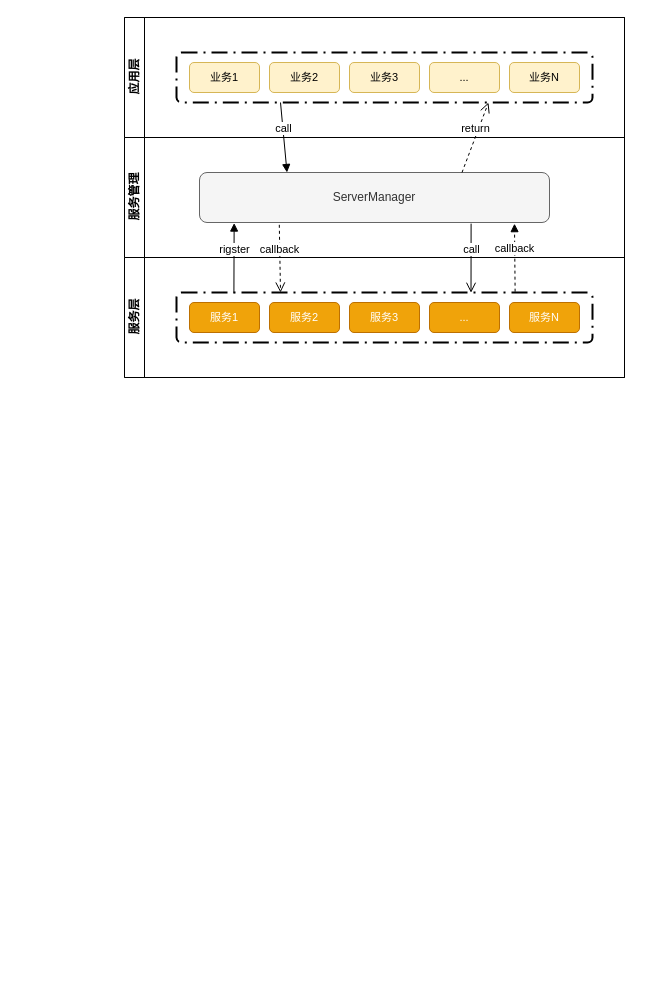
Above: notes/design/WebView.drawio in yyht800/SiGuoYa (draw.io), before the change. Source tidied: cells renumbered, new cells numbered last; positions are measured from the earlier drawing's top-left corner, leaving out a move shared by most shapes. Both pictures are drawn from the tidied source at 100%, with x=0, y=0 at pixel (124, 17).
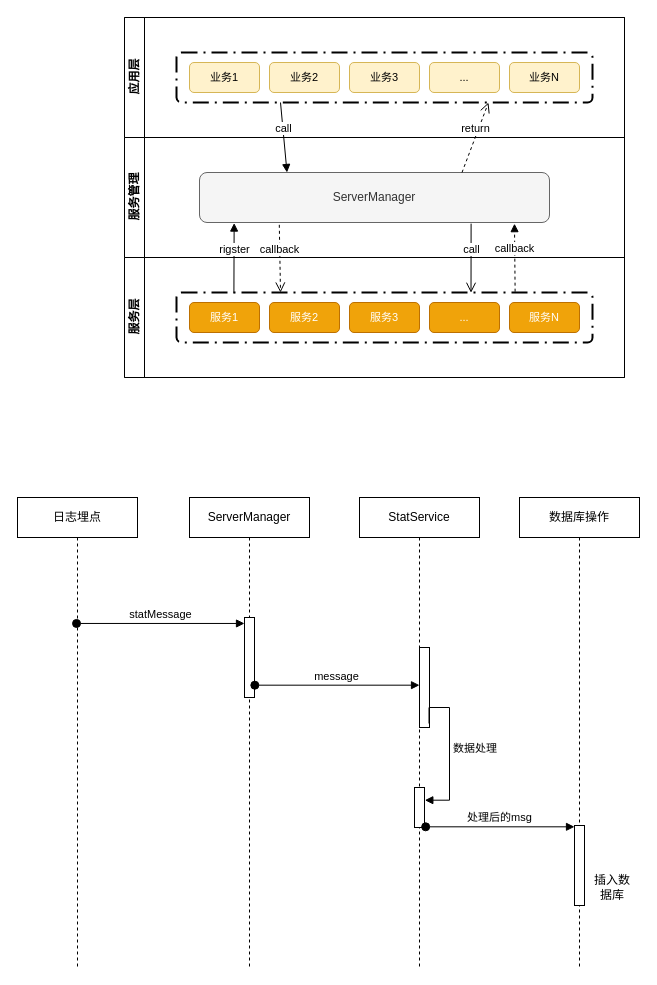
The same diagram, later.

What changed in the source:
```diff
@@
+    <mxCell id="25" value="日志埋点" style="shape=umlLifeline;perimeter=lifelinePerimeter;whiteSpace=wrap;html=1;outlineConnect=0;rounded=0;sketch=0;" parent="1" vertex="1">
+      <mxGeometry x="-107" y="480" width="120" height="470" as="geometry" />
+    </mxCell>
+    <mxCell id="26" value="数据库操作" style="shape=umlLifeline;perimeter=lifelinePerimeter;whiteSpace=wrap;html=1;rounded=0;sketch=0;" parent="1" vertex="1">
+      <mxGeometry x="395" y="480" width="120" height="470" as="geometry" />
+    </mxCell>
+    <mxCell id="27" style="html=1;points=[];perimeter=orthogonalPerimeter;" parent="26" vertex="1">
+      <mxGeometry x="55" y="328" width="10" height="80" as="geometry" />
+    </mxCell>
+    <mxCell id="28" value="插入数据库" style="text;html=1;strokeColor=none;fillColor=none;align=center;verticalAlign=middle;whiteSpace=wrap;rounded=0;" parent="26" vertex="1">
+      <mxGeometry x="73" y="380" width="40" height="20" as="geometry" />
+    </mxCell>
+    <mxCell id="29" value="ServerManager" style="shape=umlLifeline;perimeter=lifelinePerimeter;whiteSpace=wrap;html=1;rounded=0;sketch=0;" parent="1" vertex="1">
+      <mxGeometry x="65" y="480" width="120" height="470" as="geometry" />
+    </mxCell>
+    <mxCell id="30" style="html=1;points=[];perimeter=orthogonalPerimeter;" parent="29" vertex="1">
+      <mxGeometry x="55" y="120" width="10" height="80" as="geometry" />
+    </mxCell>
+    <mxCell id="31" value="statMessage" style="html=1;verticalAlign=bottom;startArrow=oval;endArrow=block;startSize=8;exitX=0.492;exitY=0.268;exitDx=0;exitDy=0;exitPerimeter=0;" parent="1" edge="1" source="25" target="30">
+      <mxGeometry relative="1" as="geometry" />
+    </mxCell>
+    <mxCell id="32" value="StatService" style="shape=umlLifeline;perimeter=lifelinePerimeter;whiteSpace=wrap;html=1;rounded=0;sketch=0;" parent="1" vertex="1">
+      <mxGeometry x="235" y="480" width="120" height="470" as="geometry" />
+    </mxCell>
+    <mxCell id="33" style="html=1;points=[];perimeter=orthogonalPerimeter;" parent="32" vertex="1">
+      <mxGeometry x="55" y="290" width="10" height="40" as="geometry" />
+    </mxCell>
+    <mxCell id="34" style="html=1;points=[];perimeter=orthogonalPerimeter;" parent="1" vertex="1">
+      <mxGeometry x="295" y="630" width="10" height="80" as="geometry" />
+    </mxCell>
+    <mxCell id="35" value="message" style="html=1;verticalAlign=bottom;startArrow=oval;endArrow=block;startSize=8;exitX=1.033;exitY=0.846;exitDx=0;exitDy=0;exitPerimeter=0;" parent="1" edge="1" source="30" target="34">
+      <mxGeometry relative="1" as="geometry" />
+    </mxCell>
+    <mxCell id="36" value="数据处理" style="edgeStyle=orthogonalEdgeStyle;html=1;align=left;spacingLeft=2;endArrow=block;rounded=0;entryX=1.033;entryY=0.317;exitX=0.95;exitY=0.95;exitDx=0;exitDy=0;exitPerimeter=0;entryDx=0;entryDy=0;entryPerimeter=0;" parent="1" edge="1" source="34" target="33">
+      <mxGeometry relative="1" as="geometry">
+        <Array as="points">
+          <mxPoint x="305" y="690" />
+          <mxPoint x="325" y="690" />
+          <mxPoint x="325" y="783" />
+        </Array>
+      </mxGeometry>
+    </mxCell>
+    <mxCell id="37" value="处理后的msg" style="html=1;verticalAlign=bottom;startArrow=oval;endArrow=block;startSize=8;exitX=1.117;exitY=0.983;exitDx=0;exitDy=0;exitPerimeter=0;" parent="1" edge="1" source="33" target="27">
+      <mxGeometry relative="1" as="geometry" />
+    </mxCell>
```
